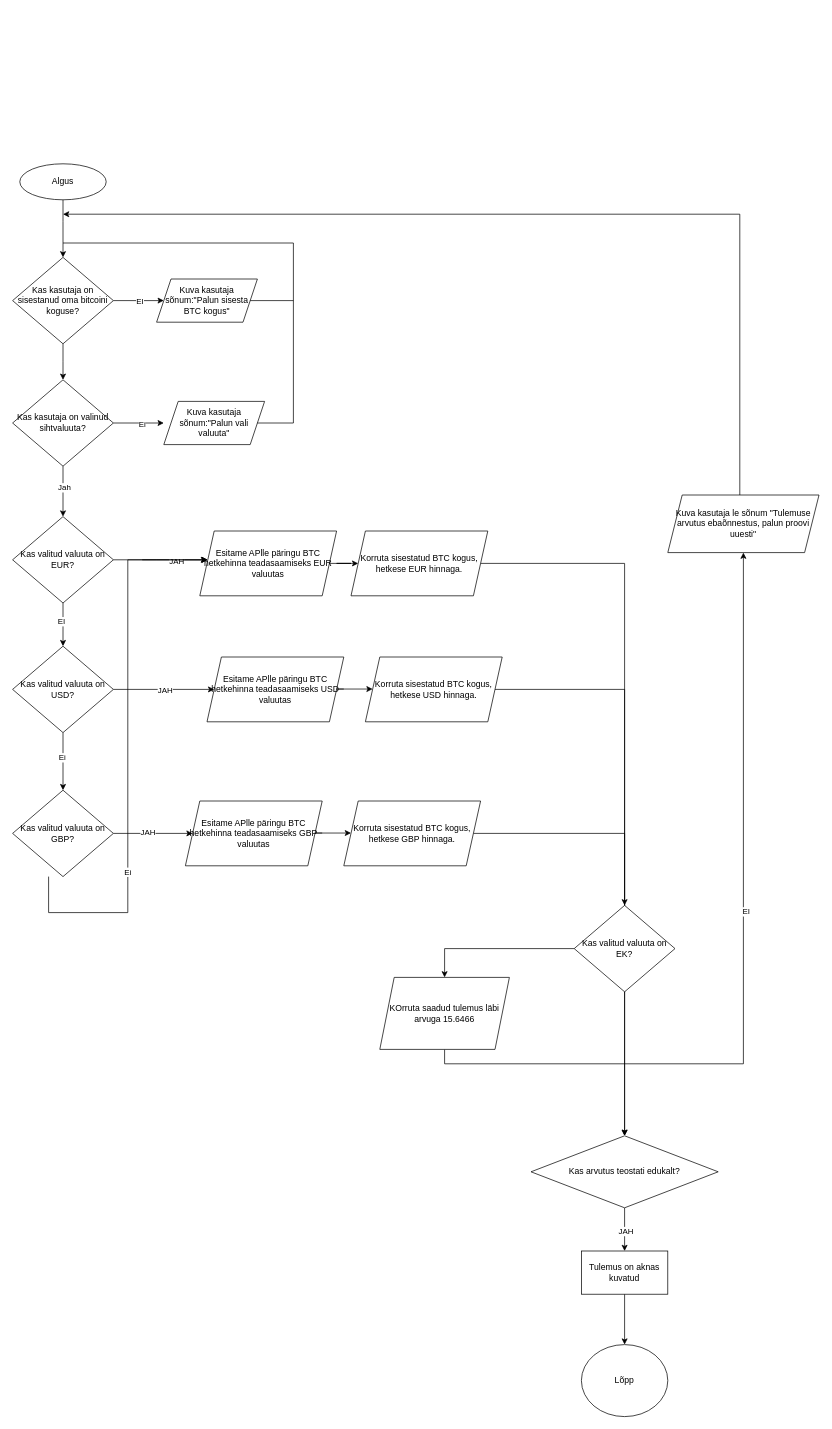
This is pildid/BTC.drawio from vladikdudkin111-droid/Tarkvara-arendusprotsess, a draw.io file, before an edit. Source tidied: cells renumbered, new cells numbered last; positions are measured from the earlier drawing's top-left corner, leaving out a move shared by most shapes. Both pictures are drawn from the tidied source at 72%, with x=0, y=0 at pixel (12, 163).
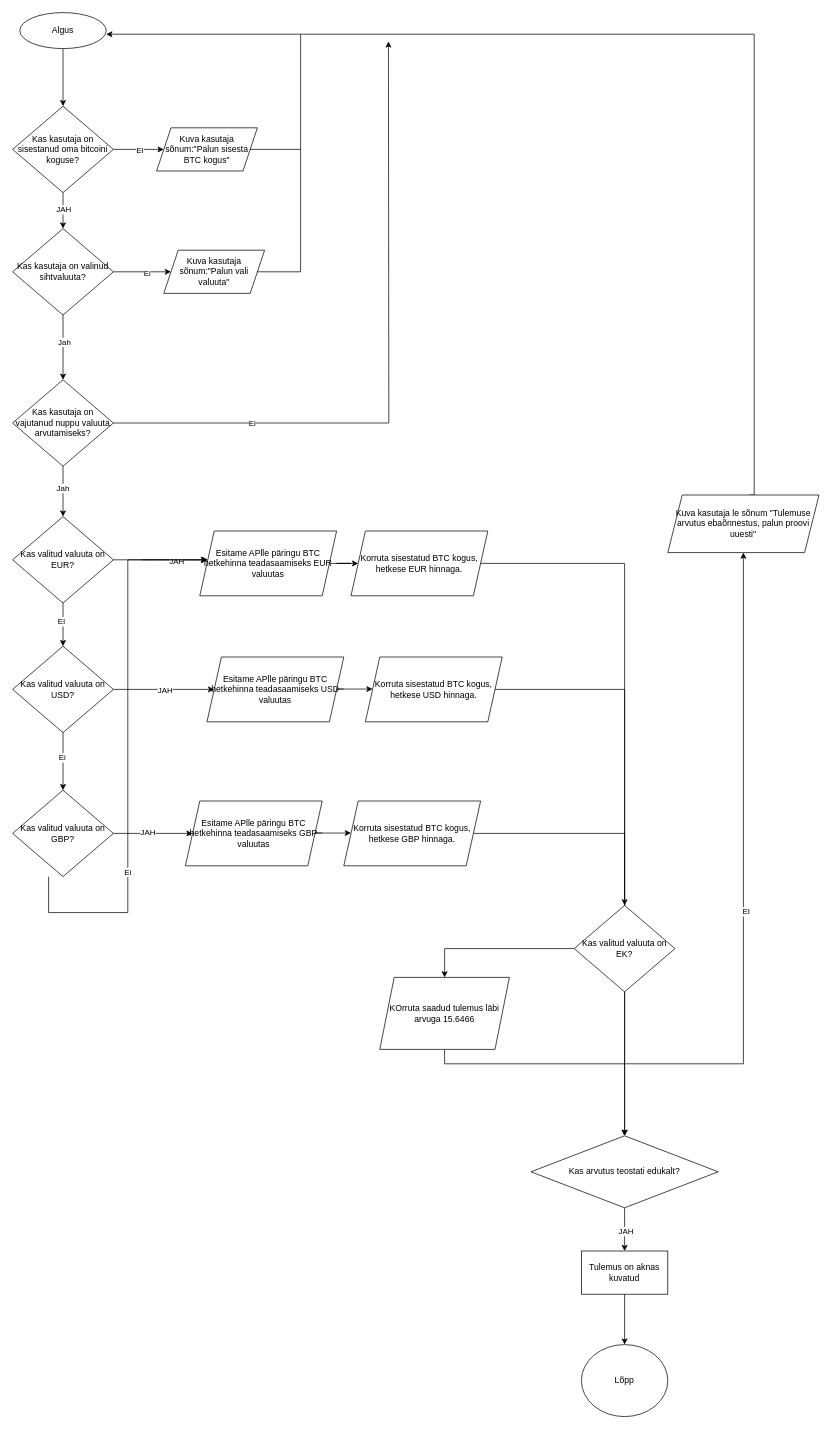
Above is the later version.

Unchanged cells that the change refers to:
```xml
<mxCell id="22" value="Kas valitud valuuta on EUR?" style="rhombus;whiteSpace=wrap;html=1;" parent="1" vertex="1">
  <mxGeometry y="490" width="140" height="120" as="geometry" />
</mxCell>
<mxCell id="42" value="Kuva kasutaja le sõnum &quot;Tulemuse arvutus ebaõnnestus, palun proovi uuesti&quot;" style="shape=parallelogram;perimeter=parallelogramPerimeter;whiteSpace=wrap;html=1;fixedSize=1;" parent="1" vertex="1">
  <mxGeometry x="910" y="460" width="210" height="80" as="geometry" />
</mxCell>
```

Diff of the diagram source:
```diff
@@
     <mxCell id="2" style="edgeStyle=orthogonalEdgeStyle;rounded=0;jettySize=auto;html=1;exitX=0.5;exitY=1;exitDx=0;exitDy=0;" parent="1" edge="1" source="3" target="7">
       <mxGeometry relative="1" as="geometry">
         <Array as="points">
-          <mxPoint x="70" y="80" />
-          <mxPoint x="70" y="80" />
+          <mxPoint x="70" y="-130" />
+          <mxPoint x="70" y="-130" />
         </Array>
       </mxGeometry>
     </mxCell>
     <mxCell id="3" value="Algus" style="ellipse;whiteSpace=wrap;html=1;" parent="1" vertex="1">
-      <mxGeometry x="10" width="120" height="50" as="geometry" />
+      <mxGeometry x="10" y="-210" width="120" height="50" as="geometry" />
     </mxCell>
     <mxCell id="4" style="edgeStyle=orthogonalEdgeStyle;rounded=0;jettySize=auto;html=1;exitX=1;exitY=0.5;exitDx=0;exitDy=0;" parent="1" edge="1" source="7">
       <mxGeometry relative="1" as="geometry">
-        <mxPoint x="210" y="190" as="targetPoint" />
+        <mxPoint x="210" y="-20" as="targetPoint" />
       </mxGeometry>
     </mxCell>
@@
     <mxCell id="6" style="edgeStyle=orthogonalEdgeStyle;rounded=0;jettySize=auto;html=1;" parent="1" edge="1" source="7">
       <mxGeometry relative="1" as="geometry">
-        <mxPoint x="70" y="300" as="targetPoint" />
+        <mxPoint x="70" y="90" as="targetPoint" />
       </mxGeometry>
     </mxCell>
+    <mxCell id="59" value="JAH" style="edgeLabel;html=1;align=center;verticalAlign=middle;" parent="6" vertex="1">
+      <mxGeometry x="-0.08" relative="1" as="geometry" />
+    </mxCell>
     <mxCell id="7" value="Kas kasutaja on sisestanud oma bitcoini koguse?" style="rhombus;whiteSpace=wrap;html=1;" parent="1" vertex="1">
-      <mxGeometry y="130" width="140" height="120" as="geometry" />
+      <mxGeometry y="-80" width="140" height="120" as="geometry" />
     </mxCell>
-    <mxCell id="8" style="edgeStyle=orthogonalEdgeStyle;rounded=0;jettySize=auto;html=1;exitX=1;exitY=0.5;exitDx=0;exitDy=0;" parent="1" edge="1" source="12">
-      <mxGeometry relative="1" as="geometry">
-        <mxPoint x="210" y="360" as="targetPoint" />
-      </mxGeometry>
+    <mxCell id="8" style="edgeStyle=orthogonalEdgeStyle;rounded=0;jettySize=auto;html=1;exitX=1;exitY=0.5;exitDx=0;exitDy=0;entryX=0;entryY=0.5;entryDx=0;entryDy=0;" parent="1" edge="1" source="12" target="13">
+      <mxGeometry relative="1" as="geometry" />
     </mxCell>
@@
-    <mxCell id="10" style="edgeStyle=orthogonalEdgeStyle;rounded=0;jettySize=auto;html=1;" parent="1" edge="1" source="12" target="22">
+    <mxCell id="10" style="edgeStyle=orthogonalEdgeStyle;rounded=0;jettySize=auto;html=1;" parent="1" edge="1" source="65" target="22">
       <mxGeometry relative="1" as="geometry" />
     </mxCell>
-    <mxCell id="11" value="Jah" style="edgeLabel;html=1;align=center;verticalAlign=middle;" parent="10" vertex="1">
-      <mxGeometry x="-0.17" y="1" relative="1" as="geometry" />
-    </mxCell>
+    <mxCell id="60" value="Jah" style="edgeLabel;html=1;align=center;verticalAlign=middle;" parent="10" vertex="1">
+      <mxGeometry x="-0.14" y="-1" relative="1" as="geometry" />
+    </mxCell>
     <mxCell id="12" value="Kas kasutaja on valinud sihtvaluuta?" style="rhombus;whiteSpace=wrap;html=1;" parent="1" vertex="1">
-      <mxGeometry y="300" width="140" height="120" as="geometry" />
+      <mxGeometry y="90" width="140" height="120" as="geometry" />
     </mxCell>
     <mxCell id="13" value="Kuva kasutaja sõnum:&quot;Palun vali valuuta&quot;" style="shape=parallelogram;perimeter=parallelogramPerimeter;whiteSpace=wrap;html=1;fixedSize=1;" parent="1" vertex="1">
-      <mxGeometry x="210" y="330" width="140" height="60" as="geometry" />
+      <mxGeometry x="210" y="120" width="140" height="60" as="geometry" />
     </mxCell>
     <mxCell id="14" value="Kuva kasutaja sõnum:&quot;Palun sisesta BTC kogus&quot;" style="shape=parallelogram;perimeter=parallelogramPerimeter;whiteSpace=wrap;html=1;fixedSize=1;" parent="1" vertex="1">
-      <mxGeometry x="200" y="160" width="140" height="60" as="geometry" />
+      <mxGeometry x="200" y="-50" width="140" height="60" as="geometry" />
     </mxCell>
     <mxCell id="15" style="endArrow=none;html=1;rounded=0;" parent="1" edge="1">
       <mxGeometry relative="1" as="geometry">
-        <mxPoint x="70" y="110" as="sourcePoint" />
-        <mxPoint x="390" y="360" as="targetPoint" />
+        <mxPoint x="400" y="-180" as="sourcePoint" />
+        <mxPoint x="400" y="150" as="targetPoint" />
         <Array as="points">
-          <mxPoint x="390" y="110" />
+          <mxPoint x="400" y="-60" />
         </Array>
       </mxGeometry>
     </mxCell>
     <mxCell id="16" style="endArrow=none;html=1;rounded=0;exitX=1;exitY=0.5;exitDx=0;exitDy=0;" parent="1" edge="1" source="13">
       <mxGeometry relative="1" as="geometry">
-        <mxPoint x="390" y="360" as="targetPoint" />
+        <mxPoint x="400" y="150" as="targetPoint" />
       </mxGeometry>
     </mxCell>
     <mxCell id="17" style="endArrow=none;html=1;rounded=0;" parent="1" edge="1" source="14">
       <mxGeometry relative="1" as="geometry">
-        <mxPoint x="390" y="190" as="targetPoint" />
+        <mxPoint x="400" y="-20" as="targetPoint" />
       </mxGeometry>
     </mxCell>
@@
-    <mxCell id="41" style="edgeStyle=orthogonalEdgeStyle;rounded=0;jettySize=auto;html=1;exitX=0.5;exitY=0;exitDx=0;exitDy=0;" parent="1" edge="1" source="42">
+    <mxCell id="41" style="edgeStyle=orthogonalEdgeStyle;rounded=0;jettySize=auto;html=1;exitX=0.538;exitY=0;exitDx=0;exitDy=0;exitPerimeter=0;" parent="1" edge="1" source="42">
       <mxGeometry relative="1" as="geometry">
-        <mxPoint x="70" y="70" as="targetPoint" />
+        <mxPoint x="130" y="-180" as="targetPoint" />
         <Array as="points">
-          <mxPoint x="1015" y="470" />
-          <mxPoint x="1010" y="470" />
-          <mxPoint x="1010" y="70" />
+          <mxPoint x="1030" y="460" />
+          <mxPoint x="1030" y="-180" />
         </Array>
       </mxGeometry>
     </mxCell>
@@
+    <mxCell id="61" style="edgeStyle=orthogonalEdgeStyle;rounded=0;jettySize=auto;html=1;" parent="1" edge="1" source="12" target="65">
+      <mxGeometry relative="1" as="geometry" />
+    </mxCell>
+    <mxCell id="62" value="Jah" style="edgeLabel;html=1;align=center;verticalAlign=middle;" parent="61" vertex="1">
+      <mxGeometry x="-0.17" y="1" relative="1" as="geometry" />
+    </mxCell>
+    <mxCell id="63" style="edgeStyle=orthogonalEdgeStyle;rounded=0;jettySize=auto;html=1;exitX=1;exitY=0.5;exitDx=0;exitDy=0;" parent="1" edge="1" source="65">
+      <mxGeometry relative="1" as="geometry">
+        <mxPoint x="522" y="-170" as="targetPoint" />
+      </mxGeometry>
+    </mxCell>
+    <mxCell id="64" value="Ei" style="edgeLabel;html=1;align=center;verticalAlign=middle;" parent="63" vertex="1">
+      <mxGeometry x="-0.58" relative="1" as="geometry" />
+    </mxCell>
+    <mxCell id="65" value="Kas kasutaja on vajutanud nuppu valuuta arvutamiseks?" style="rhombus;whiteSpace=wrap;html=1;" parent="1" vertex="1">
+      <mxGeometry y="300" width="140" height="120" as="geometry" />
+    </mxCell>
```
